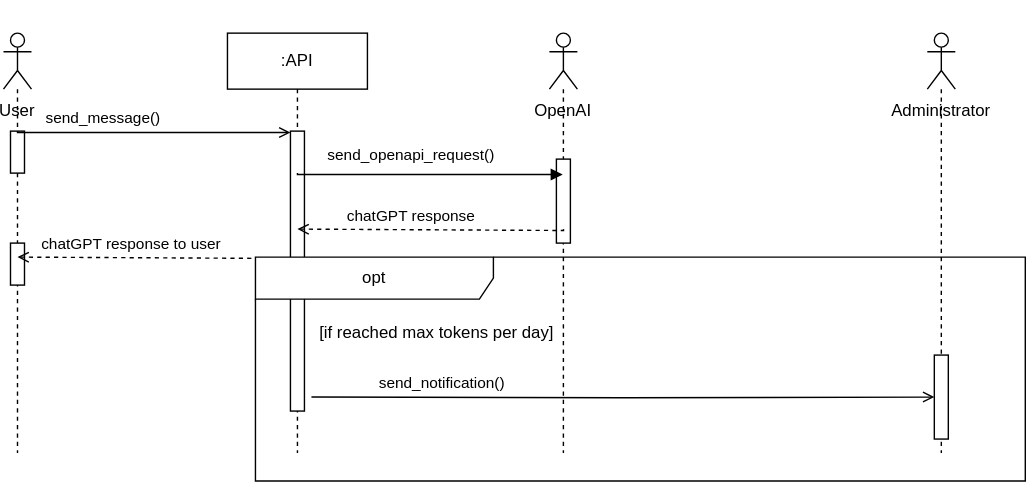
This is lab2diags/use-case/openai.drawio.svg from piatrashkakanstantinass/psi2, a draw.io export, as it was before one commit. Source tidied: cells renumbered, new cells last; positions are measured from the earlier drawing's top-left corner, leaving out a move shared by most shapes.
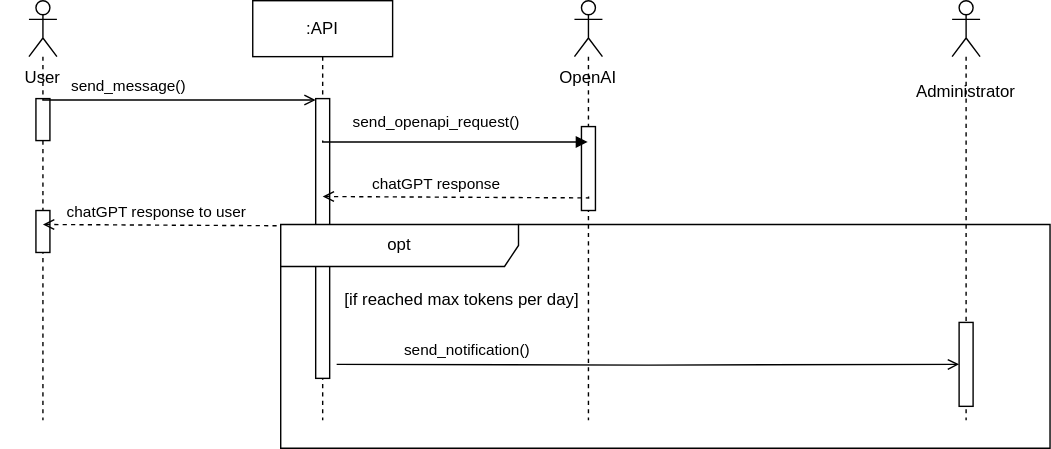
Above is the later version.

Commit message:
fix: openai diagram

Change to the diagram source:
```diff
@@ -2,7 +2,7 @@
   <root>
     <mxCell id="0" />
     <mxCell id="1" parent="0" />
-    <mxCell id="2" value="&lt;br&gt;&lt;br&gt;&lt;br&gt;&lt;br&gt;&lt;br&gt;User" style="shape=umlLifeline;perimeter=lifelinePerimeter;whiteSpace=wrap;html=1;newEdgeStyle={&quot;curved&quot;:0,&quot;rounded&quot;:0};participant=umlActor;" parent="1" vertex="1">
+    <mxCell id="2" style="shape=umlLifeline;perimeter=lifelinePerimeter;whiteSpace=wrap;html=1;newEdgeStyle={&quot;curved&quot;:0,&quot;rounded&quot;:0};participant=umlActor;" parent="1" vertex="1">
       <mxGeometry width="20" height="300" as="geometry" />
     </mxCell>
     <mxCell id="3" style="html=1;perimeter=orthogonalPerimeter;targetShapes=umlLifeline;newEdgeStyle={&quot;curved&quot;:0,&quot;rounded&quot;:0};" parent="2" vertex="1">
@@ -11,7 +11,7 @@
     <mxCell id="4" style="html=1;perimeter=orthogonalPerimeter;targetShapes=umlLifeline;newEdgeStyle={&quot;curved&quot;:0,&quot;rounded&quot;:0};" parent="2" vertex="1">
       <mxGeometry x="5" y="150" width="10" height="30" as="geometry" />
     </mxCell>
-    <mxCell id="5" value="&lt;br&gt;&lt;br&gt;&lt;br&gt;&lt;br&gt;&lt;br&gt;Administrator" style="shape=umlLifeline;perimeter=lifelinePerimeter;whiteSpace=wrap;html=1;newEdgeStyle={&quot;curved&quot;:0,&quot;rounded&quot;:0};participant=umlActor;" parent="1" vertex="1">
+    <mxCell id="5" style="shape=umlLifeline;perimeter=lifelinePerimeter;whiteSpace=wrap;html=1;newEdgeStyle={&quot;curved&quot;:0,&quot;rounded&quot;:0};participant=umlActor;" parent="1" vertex="1">
       <mxGeometry x="660" width="20" height="300" as="geometry" />
     </mxCell>
     <mxCell id="6" value=":API" style="shape=umlLifeline;perimeter=lifelinePerimeter;whiteSpace=wrap;html=1;newEdgeStyle={&quot;curved&quot;:0,&quot;rounded&quot;:0};" parent="1" vertex="1">
@@ -20,7 +20,7 @@
     <mxCell id="7" style="html=1;points=[[0,0,0,0,5],[0,1,0,0,-5],[1,0,0,0,5],[1,1,0,0,-5]];perimeter=orthogonalPerimeter;outlineConnect=0;targetShapes=umlLifeline;portConstraint=eastwest;newEdgeStyle={&quot;curved&quot;:0,&quot;rounded&quot;:0};" parent="6" vertex="1">
       <mxGeometry x="45" y="70" width="10" height="200" as="geometry" />
     </mxCell>
-    <mxCell id="8" value="&lt;br&gt;&lt;br&gt;&lt;br&gt;&lt;br&gt;&lt;br&gt;OpenAI" style="shape=umlLifeline;perimeter=lifelinePerimeter;whiteSpace=wrap;html=1;outlineConnect=0;portConstraint=eastwest;newEdgeStyle={&quot;curved&quot;:0,&quot;rounded&quot;:0};participant=umlActor;" parent="1" vertex="1">
+    <mxCell id="8" style="shape=umlLifeline;perimeter=lifelinePerimeter;whiteSpace=wrap;html=1;outlineConnect=0;portConstraint=eastwest;newEdgeStyle={&quot;curved&quot;:0,&quot;rounded&quot;:0};participant=umlActor;" parent="1" vertex="1">
       <mxGeometry x="390" width="20" height="300" as="geometry" />
     </mxCell>
     <mxCell id="9" style="html=1;perimeter=orthogonalPerimeter;targetShapes=umlLifeline;newEdgeStyle={&quot;curved&quot;:0,&quot;rounded&quot;:0};" parent="8" vertex="1">
@@ -101,5 +101,14 @@
     <mxCell id="22" style="html=1;points=[[0,0,0,0,5],[0,1,0,0,-5],[1,0,0,0,5],[1,1,0,0,-5]];perimeter=orthogonalPerimeter;outlineConnect=0;targetShapes=umlLifeline;portConstraint=eastwest;newEdgeStyle={&quot;curved&quot;:0,&quot;rounded&quot;:0};" parent="18" vertex="1">
       <mxGeometry x="485" y="70" width="10" height="60" as="geometry" />
     </mxCell>
+    <mxCell id="23" value="User" style="text;html=1;align=center;verticalAlign=middle;whiteSpace=wrap;rounded=0;" parent="1" vertex="1">
+      <mxGeometry x="-20" y="40" width="60" height="30" as="geometry" />
+    </mxCell>
+    <mxCell id="24" value="OpenAI" style="text;html=1;align=center;verticalAlign=middle;whiteSpace=wrap;rounded=0;" parent="1" vertex="1">
+      <mxGeometry x="370" y="40" width="60" height="30" as="geometry" />
+    </mxCell>
+    <mxCell id="25" value="Administrator" style="text;html=1;align=center;verticalAlign=middle;whiteSpace=wrap;rounded=0;" parent="1" vertex="1">
+      <mxGeometry x="630" y="50" width="80" height="30" as="geometry" />
+    </mxCell>
   </root>
 </mxGraphModel>
```
